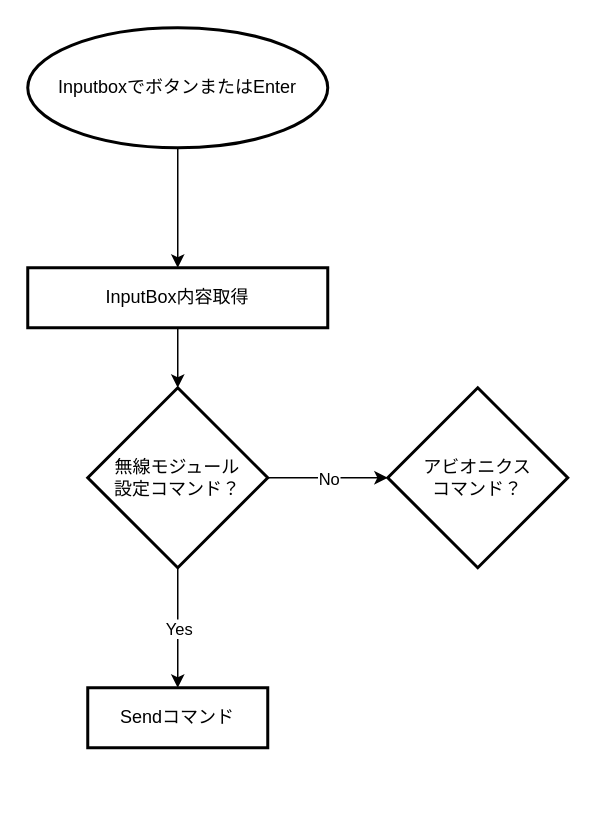
This is 仕様とか/FlowChart/送信流れ.drawio from SARD-Hybrid-Rocket-Project/Terminal-NEXT, a draw.io file, before an edit. Source tidied: cells renumbered, new cells numbered last; positions are measured from the earlier drawing's top-left corner, leaving out a move shared by most shapes. Both pictures are drawn from the tidied source at 150%, with x=0, y=0 at pixel (27, 27).
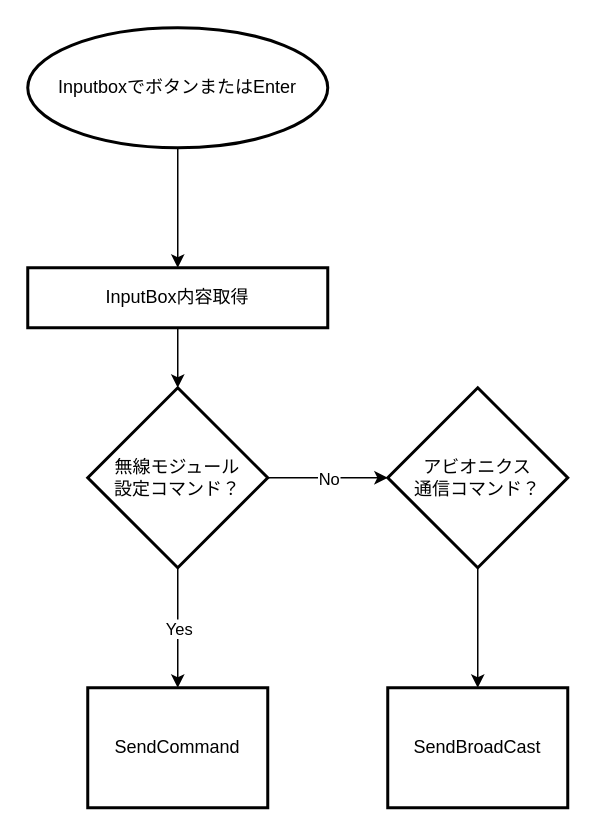
The same diagram, later.

The edit, as a diff of the source:
```diff
@@
 <mxGraphModel>
   <root>
     <mxCell id="0" />
     <mxCell id="1" parent="0" />
     <mxCell id="2" style="edgeStyle=none;html=1;" parent="1" edge="1" source="3" target="5">
       <mxGeometry relative="1" as="geometry" />
     </mxCell>
     <mxCell id="3" value="InputboxでボタンまたはEnter" style="strokeWidth=2;html=1;shape=mxgraph.flowchart.start_1;whiteSpace=wrap;" parent="1" vertex="1">
       <mxGeometry width="200" height="80" as="geometry" />
     </mxCell>
     <mxCell id="4" style="edgeStyle=none;html=1;" parent="1" edge="1" source="5" target="6">
       <mxGeometry relative="1" as="geometry" />
     </mxCell>
     <mxCell id="5" value="InputBox内容取得" style="whiteSpace=wrap;html=1;strokeWidth=2;" parent="1" vertex="1">
       <mxGeometry y="160" width="200" height="40" as="geometry" />
     </mxCell>
     <mxCell id="6" value="無線モジュール&lt;br&gt;設定コマンド？" style="rhombus;whiteSpace=wrap;html=1;strokeWidth=2;" parent="1" vertex="1">
       <mxGeometry x="40" y="240" width="120" height="120" as="geometry" />
     </mxCell>
+    <mxCell id="13" style="edgeStyle=none;html=1;" parent="1" edge="1" source="7" target="14">
+      <mxGeometry relative="1" as="geometry" />
+    </mxCell>
-    <mxCell id="7" value="アビオニクス&lt;br&gt;コマンド？" style="rhombus;whiteSpace=wrap;html=1;strokeWidth=2;" parent="1" vertex="1">
+    <mxCell id="7" value="アビオニクス&lt;br&gt;通信コマンド？" style="rhombus;whiteSpace=wrap;html=1;strokeWidth=2;" parent="1" vertex="1">
       <mxGeometry x="240" y="240" width="120" height="120" as="geometry" />
     </mxCell>
     <mxCell id="8" style="endArrow=classic;html=1;exitX=1;exitY=0.5;exitDx=0;exitDy=0;entryX=0;entryY=0.5;entryDx=0;entryDy=0;" parent="1" edge="1" source="6" target="7">
       <mxGeometry relative="1" as="geometry" />
     </mxCell>
     <mxCell id="9" value="No" style="edgeLabel;html=1;align=center;verticalAlign=middle;rounded=0;" parent="8" vertex="1">
       <mxGeometry relative="1" as="geometry" />
     </mxCell>
     <mxCell id="10" style="endArrow=classic;html=1;exitX=0.5;exitY=1;exitDx=0;exitDy=0;entryX=0.5;entryY=0;entryDx=0;entryDy=0;" parent="1" edge="1" source="6" target="12">
       <mxGeometry relative="1" as="geometry" />
     </mxCell>
     <mxCell id="11" value="Yes" style="edgeLabel;html=1;align=center;verticalAlign=middle;rounded=0;" parent="10" vertex="1">
       <mxGeometry relative="1" as="geometry" />
     </mxCell>
-    <mxCell id="12" value="Sendコマンド" style="whiteSpace=wrap;html=1;strokeWidth=2;" parent="1" vertex="1">
-      <mxGeometry x="40" y="440" width="120" height="40" as="geometry" />
+    <mxCell id="12" value="SendCommand" style="whiteSpace=wrap;html=1;strokeWidth=2;" parent="1" vertex="1">
+      <mxGeometry x="40" y="440" width="120" height="80" as="geometry" />
     </mxCell>
+    <mxCell id="14" value="SendBroadCast" style="whiteSpace=wrap;html=1;strokeWidth=2;" parent="1" vertex="1">
+      <mxGeometry x="240" y="440" width="120" height="80" as="geometry" />
+    </mxCell>
   </root>
 </mxGraphModel>
```
